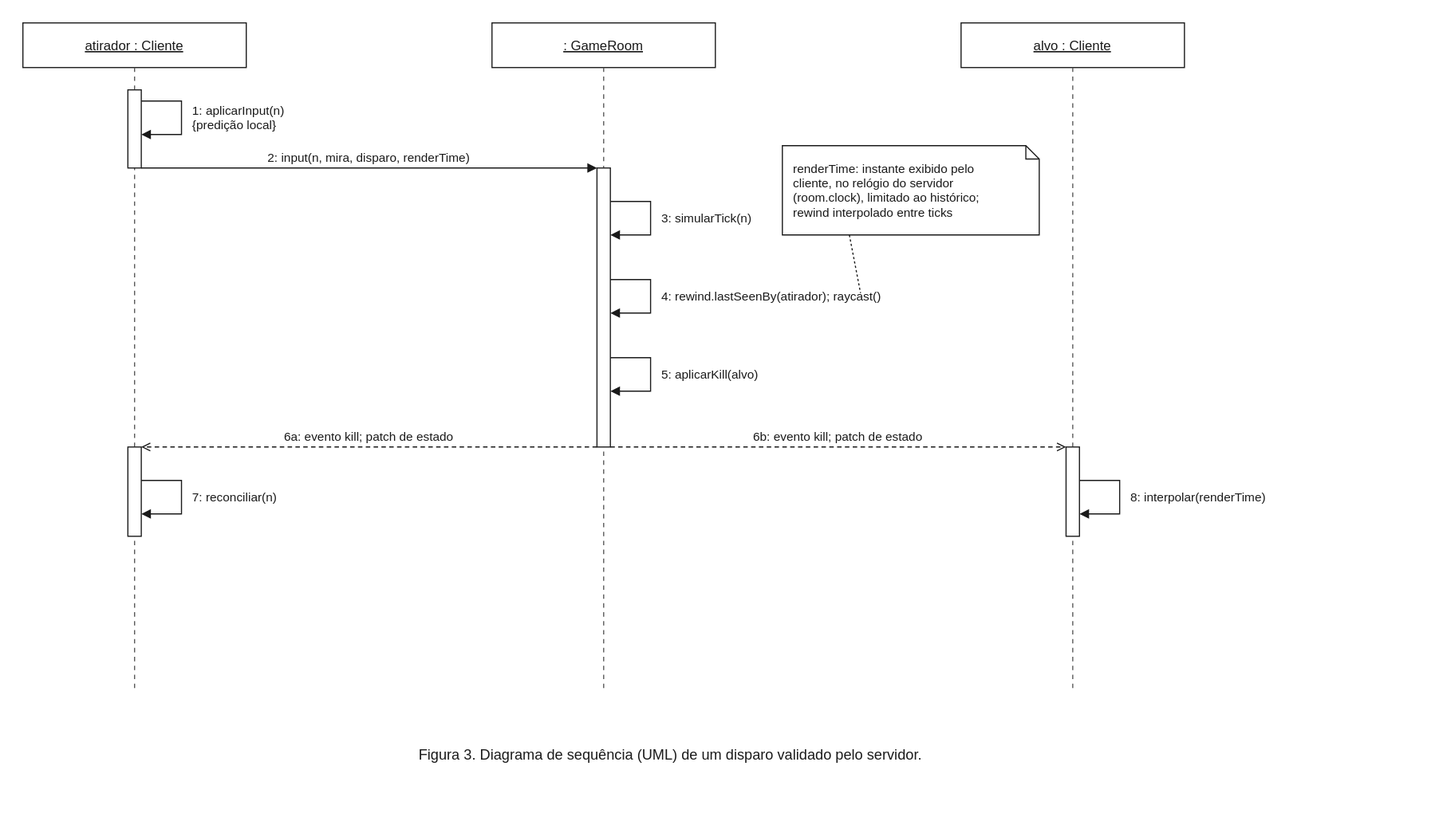
This is docs/rede/arquitetura-de-rede-3-tiro.drawio.svg from Evolutionary-Coders/shobu, a draw.io export, as it was before one commit. Source tidied: cells renumbered, new cells last; positions are measured from the earlier drawing's top-left corner, leaving out a move shared by most shapes.
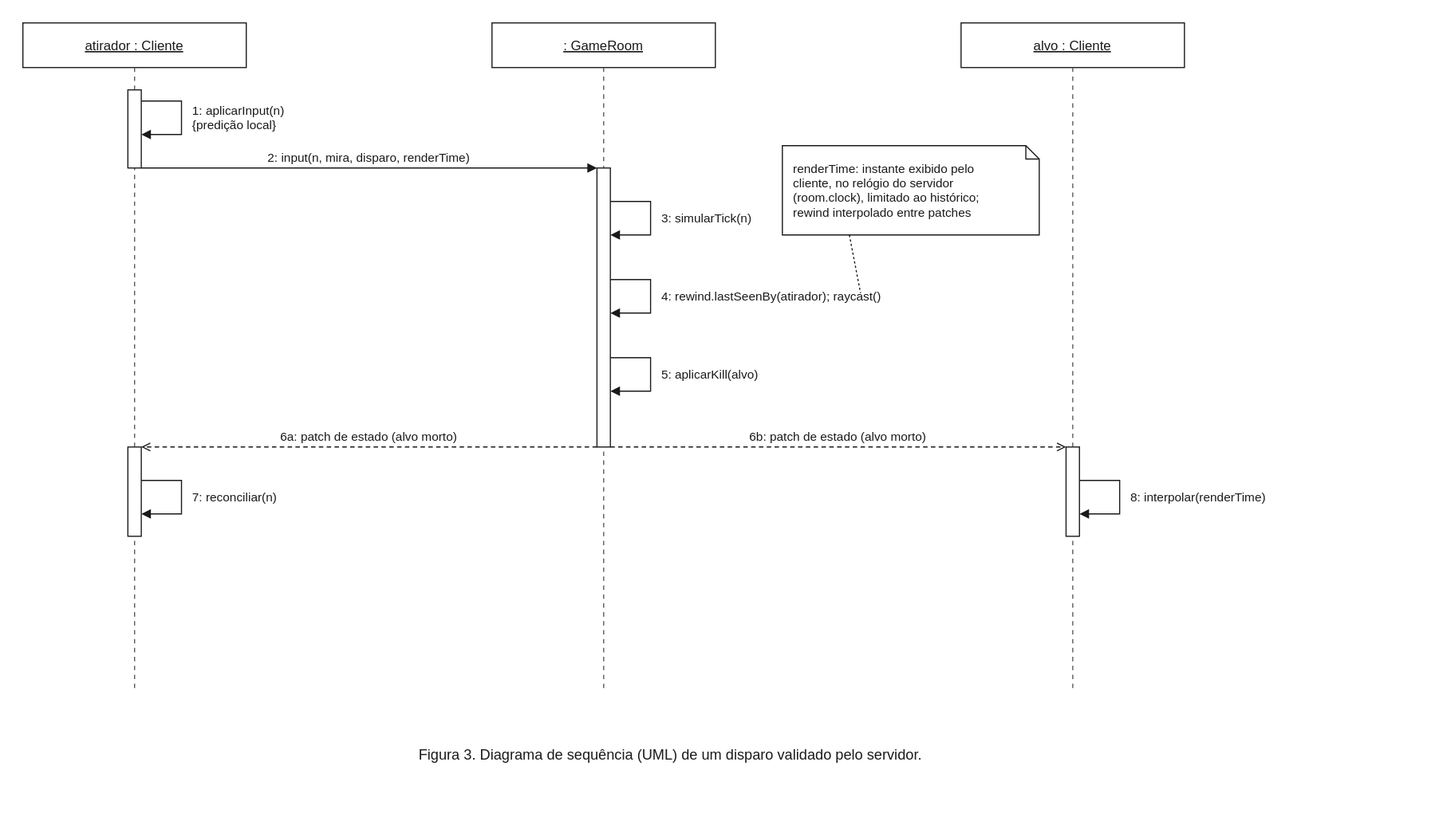
Later version of the same file.

Change to the diagram source:
```diff
@@ -93,13 +93,13 @@
     <mxCell id="18" value="5: aplicarKill(alvo)" style="text;align=left;verticalAlign=middle;strokeColor=none;fillColor=none;fontFamily=Helvetica;fontSize=12;fontColor=#1a1a1a;html=0;fontSize=11;" parent="1" vertex="1">
       <mxGeometry x="570" y="296" width="240" height="38" as="geometry" />
     </mxCell>
-    <mxCell id="19" value="6a: evento kill; patch de estado" style="rounded=0;labelBackgroundColor=none;fontFamily=Helvetica;fontSize=12;fontColor=#1a1a1a;html=0;fontSize=11;edgeStyle=none;strokeColor=#1a1a1a;strokeWidth=1;verticalAlign=bottom;dashed=1;dashPattern=4 3;endArrow=open;endFill=0;" parent="1" edge="1">
+    <mxCell id="19" value="6a: patch de estado (alvo morto)" style="rounded=0;labelBackgroundColor=none;fontFamily=Helvetica;fontSize=12;fontColor=#1a1a1a;html=0;fontSize=11;edgeStyle=none;strokeColor=#1a1a1a;strokeWidth=1;verticalAlign=bottom;dashed=1;dashPattern=4 3;endArrow=open;endFill=0;" parent="1" edge="1">
       <mxGeometry relative="1" as="geometry">
         <mxPoint x="514" y="380" as="sourcePoint" />
         <mxPoint x="106" y="380" as="targetPoint" />
       </mxGeometry>
     </mxCell>
-    <mxCell id="20" value="6b: evento kill; patch de estado" style="rounded=0;labelBackgroundColor=none;fontFamily=Helvetica;fontSize=12;fontColor=#1a1a1a;html=0;fontSize=11;edgeStyle=none;strokeColor=#1a1a1a;strokeWidth=1;verticalAlign=bottom;dashed=1;dashPattern=4 3;endArrow=open;endFill=0;" parent="1" edge="1">
+    <mxCell id="20" value="6b: patch de estado (alvo morto)" style="rounded=0;labelBackgroundColor=none;fontFamily=Helvetica;fontSize=12;fontColor=#1a1a1a;html=0;fontSize=11;edgeStyle=none;strokeColor=#1a1a1a;strokeWidth=1;verticalAlign=bottom;dashed=1;dashPattern=4 3;endArrow=open;endFill=0;" parent="1" edge="1">
       <mxGeometry relative="1" as="geometry">
         <mxPoint x="526" y="380" as="sourcePoint" />
         <mxPoint x="934" y="380" as="targetPoint" />
@@ -137,7 +137,7 @@
     <mxCell id="26" value="8: interpolar(renderTime)" style="text;align=left;verticalAlign=middle;strokeColor=none;fillColor=none;fontFamily=Helvetica;fontSize=12;fontColor=#1a1a1a;html=0;fontSize=11;" parent="1" vertex="1">
       <mxGeometry x="990" y="406" width="240" height="38" as="geometry" />
     </mxCell>
-    <mxCell id="27" value="renderTime: instante exibido pelo&#10;cliente, no relógio do servidor&#10;(room.clock), limitado ao histórico;&#10;rewind interpolado entre ticks" style="shape=note;size=12;fillColor=none;strokeColor=#1a1a1a;align=left;spacingLeft=8;fontFamily=Helvetica;fontSize=12;fontColor=#1a1a1a;html=0;fontSize=11;" parent="1" vertex="1">
+    <mxCell id="27" value="renderTime: instante exibido pelo&#10;cliente, no relógio do servidor&#10;(room.clock), limitado ao histórico;&#10;rewind interpolado entre patches" style="shape=note;size=12;fillColor=none;strokeColor=#1a1a1a;align=left;spacingLeft=8;fontFamily=Helvetica;fontSize=12;fontColor=#1a1a1a;html=0;fontSize=11;" parent="1" vertex="1">
       <mxGeometry x="680" y="110" width="230" height="80" as="geometry" />
     </mxCell>
     <mxCell id="28" style="rounded=0;labelBackgroundColor=none;fontFamily=Helvetica;fontSize=12;fontColor=#1a1a1a;html=0;fontSize=11;edgeStyle=none;strokeColor=#1a1a1a;dashed=1;dashPattern=2 2;endArrow=none;" parent="1" edge="1">
```
